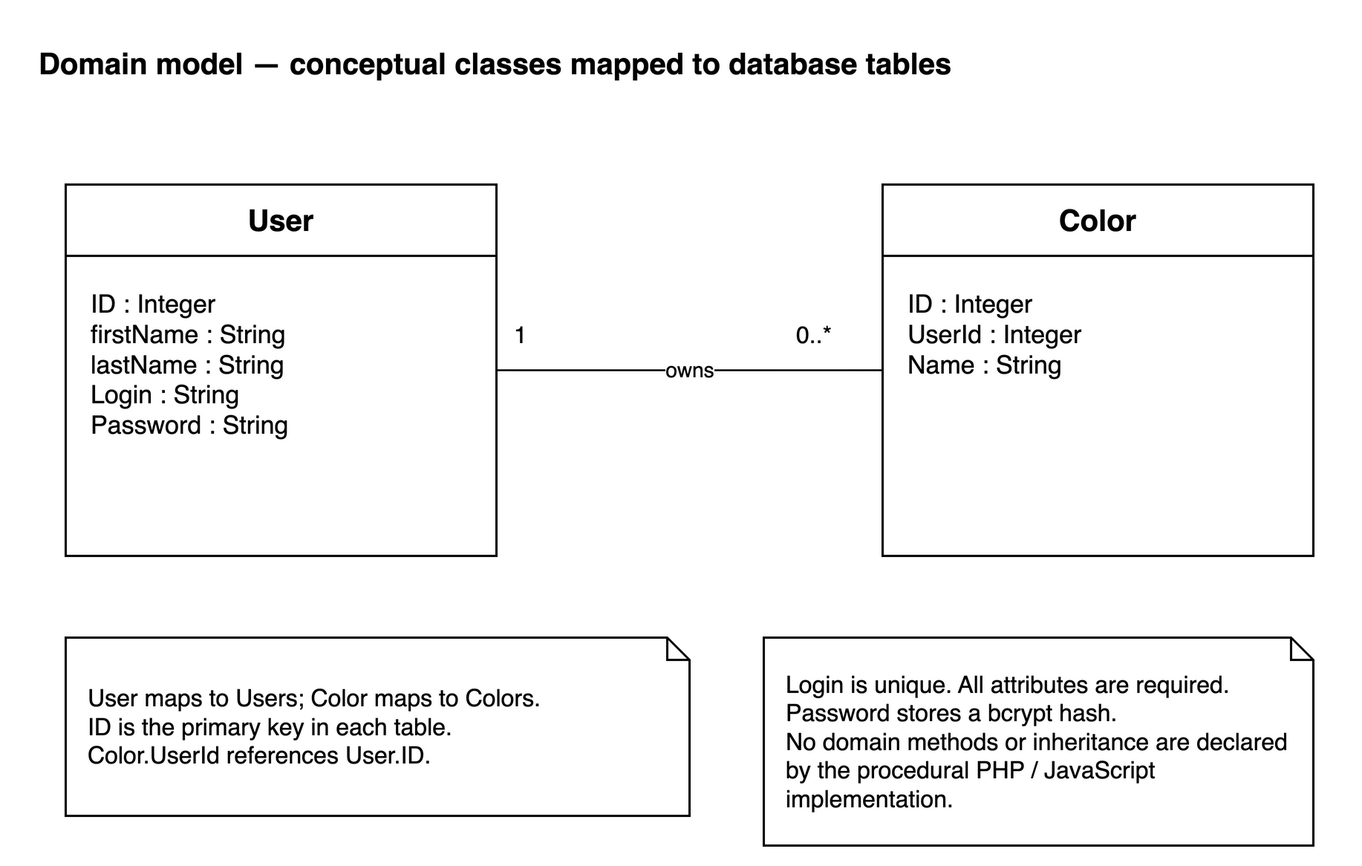
Before: docs/uml/class.png, a diagram exported from draw.io (milesrack/colors-lamp). Source tidied: cells renumbered, new cells last; positions are measured from the earlier drawing's top-left corner, leaving out a move shared by most shapes.
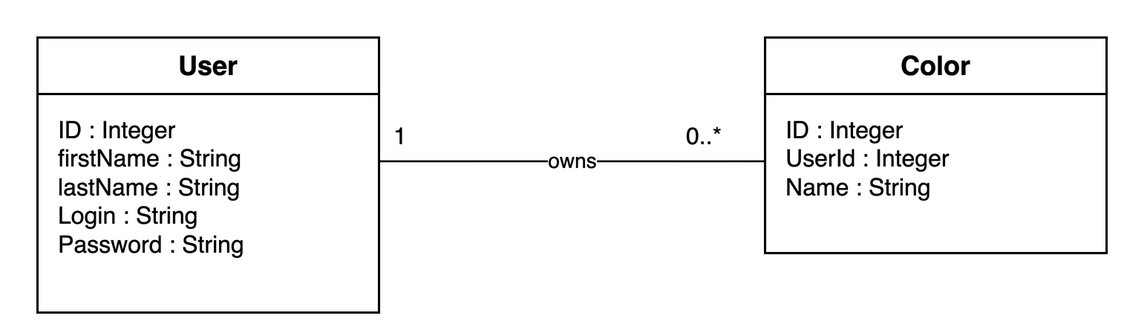
The same diagram one commit later.

Commit message:
docs(uml): simplify diagrams and add login include relationship

Change to the diagram source:
```diff
@@ -2,35 +2,26 @@
   <root>
     <mxCell id="0" />
     <mxCell id="1" parent="0" />
-    <mxCell id="2" value="Domain model — conceptual classes mapped to database tables" style="html=1;whiteSpace=wrap;fontFamily=Helvetica;fontSize=16;fontColor=#000000;strokeColor=#000000;fillColor=#FFFFFF;strokeWidth=1.5;text;strokeColor=none;fillColor=none;fontSize=20;fontStyle=1;" parent="1" vertex="1">
-      <mxGeometry width="880" height="40" as="geometry" />
-    </mxCell>
-    <mxCell id="3" value="User" style="html=1;whiteSpace=wrap;fontFamily=Helvetica;fontSize=16;fontColor=#000000;strokeColor=#000000;fillColor=#FFFFFF;strokeWidth=1.5;swimlane;startSize=48;horizontal=1;rounded=0;fontStyle=1;fontSize=20;" parent="1" vertex="1">
-      <mxGeometry x="20" y="100" width="290" height="250" as="geometry" />
+    <mxCell id="3" value="User" style="html=1;whiteSpace=wrap;fontFamily=Helvetica;fontSize=16;fontColor=#000000;strokeColor=#000000;fillColor=#FFFFFF;strokeWidth=1.5;swimlane;startSize=38;horizontal=1;rounded=0;fontStyle=1;fontSize=18;" parent="1" vertex="1">
+      <mxGeometry x="-20" y="10" width="230" height="185" as="geometry" />
     </mxCell>
-    <mxCell id="4" value="ID : Integer&lt;br&gt;firstName : String&lt;br&gt;lastName : String&lt;br&gt;Login : String&lt;br&gt;Password : String" style="html=1;whiteSpace=wrap;fontFamily=Helvetica;fontSize=16;fontColor=#000000;strokeColor=#000000;fillColor=#FFFFFF;strokeWidth=1.5;text;strokeColor=none;fillColor=none;align=left;verticalAlign=top;spacingTop=4;fontStyle=0;fontSize=17;" parent="1" vertex="1">
-      <mxGeometry x="35" y="160" width="260" height="170" as="geometry" />
+    <mxCell id="4" value="ID : Integer&lt;br&gt;firstName : String&lt;br&gt;lastName : String&lt;br&gt;Login : String&lt;br&gt;Password : String" style="html=1;whiteSpace=wrap;fontFamily=Helvetica;fontSize=16;fontColor=#000000;strokeColor=#000000;fillColor=#FFFFFF;strokeWidth=1.5;text;strokeColor=none;fillColor=none;align=left;verticalAlign=top;fontSize=16;" parent="1" vertex="1">
+      <mxGeometry x="-8" y="56" width="206" height="133" as="geometry" />
     </mxCell>
-    <mxCell id="5" value="Color" style="html=1;whiteSpace=wrap;fontFamily=Helvetica;fontSize=16;fontColor=#000000;strokeColor=#000000;fillColor=#FFFFFF;strokeWidth=1.5;swimlane;startSize=48;horizontal=1;rounded=0;fontStyle=1;fontSize=20;" parent="1" vertex="1">
-      <mxGeometry x="570" y="100" width="290" height="250" as="geometry" />
+    <mxCell id="5" value="Color" style="html=1;whiteSpace=wrap;fontFamily=Helvetica;fontSize=16;fontColor=#000000;strokeColor=#000000;fillColor=#FFFFFF;strokeWidth=1.5;swimlane;startSize=38;horizontal=1;rounded=0;fontStyle=1;fontSize=18;" parent="1" vertex="1">
+      <mxGeometry x="470" y="10" width="230" height="145" as="geometry" />
     </mxCell>
-    <mxCell id="6" value="ID : Integer&lt;br&gt;UserId : Integer&lt;br&gt;Name : String" style="html=1;whiteSpace=wrap;fontFamily=Helvetica;fontSize=16;fontColor=#000000;strokeColor=#000000;fillColor=#FFFFFF;strokeWidth=1.5;text;strokeColor=none;fillColor=none;align=left;verticalAlign=top;spacingTop=4;fontStyle=0;fontSize=17;" parent="1" vertex="1">
-      <mxGeometry x="585" y="160" width="260" height="170" as="geometry" />
+    <mxCell id="6" value="ID : Integer&lt;br&gt;UserId : Integer&lt;br&gt;Name : String" style="html=1;whiteSpace=wrap;fontFamily=Helvetica;fontSize=16;fontColor=#000000;strokeColor=#000000;fillColor=#FFFFFF;strokeWidth=1.5;text;strokeColor=none;fillColor=none;align=left;verticalAlign=top;fontSize=16;" parent="1" vertex="1">
+      <mxGeometry x="482" y="56" width="206" height="93" as="geometry" />
     </mxCell>
-    <mxCell id="7" value="owns" style="edgeStyle=orthogonalEdgeStyle;rounded=0;html=1;fontFamily=Helvetica;fontSize=14;fontColor=#000000;strokeColor=#000000;strokeWidth=1.3;labelBackgroundColor=#FFFFFF;endArrow=block;endFill=1;jettySize=auto;edgeStyle=none;endArrow=none;exitX=1;exitY=0.5;entryX=0;entryY=0.5;" parent="1" edge="1" source="3" target="5">
+    <mxCell id="7" value="owns" style="edgeStyle=orthogonalEdgeStyle;rounded=0;html=1;fontFamily=Helvetica;fontSize=14;fontColor=#000000;strokeColor=#000000;strokeWidth=1.3;labelBackgroundColor=#FFFFFF;endArrow=block;endFill=1;jettySize=auto;edgeStyle=none;endArrow=none;exitX=1;exitY=0.45;entryX=0;entryY=0.57414;" parent="1" edge="1" source="3" target="5">
       <mxGeometry relative="1" as="geometry" />
     </mxCell>
     <mxCell id="8" value="1" style="html=1;whiteSpace=wrap;fontFamily=Helvetica;fontSize=16;fontColor=#000000;strokeColor=#000000;fillColor=#FFFFFF;strokeWidth=1.5;text;strokeColor=none;fillColor=none;" parent="1" vertex="1">
-      <mxGeometry x="320" y="185" width="40" height="30" as="geometry" />
+      <mxGeometry x="218" y="60" width="30" height="25" as="geometry" />
     </mxCell>
     <mxCell id="9" value="0..*" style="html=1;whiteSpace=wrap;fontFamily=Helvetica;fontSize=16;fontColor=#000000;strokeColor=#000000;fillColor=#FFFFFF;strokeWidth=1.5;text;strokeColor=none;fillColor=none;" parent="1" vertex="1">
-      <mxGeometry x="510" y="185" width="50" height="30" as="geometry" />
+      <mxGeometry x="415" y="60" width="45" height="25" as="geometry" />
     </mxCell>
-    <mxCell id="10" value="User maps to Users; Color maps to Colors.&lt;br&gt;ID is the primary key in each table.&lt;br&gt;Color.UserId references User.ID." style="html=1;whiteSpace=wrap;fontFamily=Helvetica;fontSize=16;fontColor=#000000;strokeColor=#000000;fillColor=#FFFFFF;strokeWidth=1.5;shape=note;size=15;align=left;spacing=15;" parent="1" vertex="1">
-      <mxGeometry x="20" y="405" width="420" height="120" as="geometry" />
-    </mxCell>
-    <mxCell id="11" value="Login is unique. All attributes are required.&lt;br&gt;Password stores a bcrypt hash.&lt;br&gt;No domain methods or inheritance are declared&lt;br&gt;by the procedural PHP / JavaScript implementation." style="html=1;whiteSpace=wrap;fontFamily=Helvetica;fontSize=16;fontColor=#000000;strokeColor=#000000;fillColor=#FFFFFF;strokeWidth=1.5;shape=note;size=15;align=left;spacing=15;" parent="1" vertex="1">
-      <mxGeometry x="490" y="405" width="370" height="140" as="geometry" />
-    </mxCell>
   </root>
 </mxGraphModel>
```
